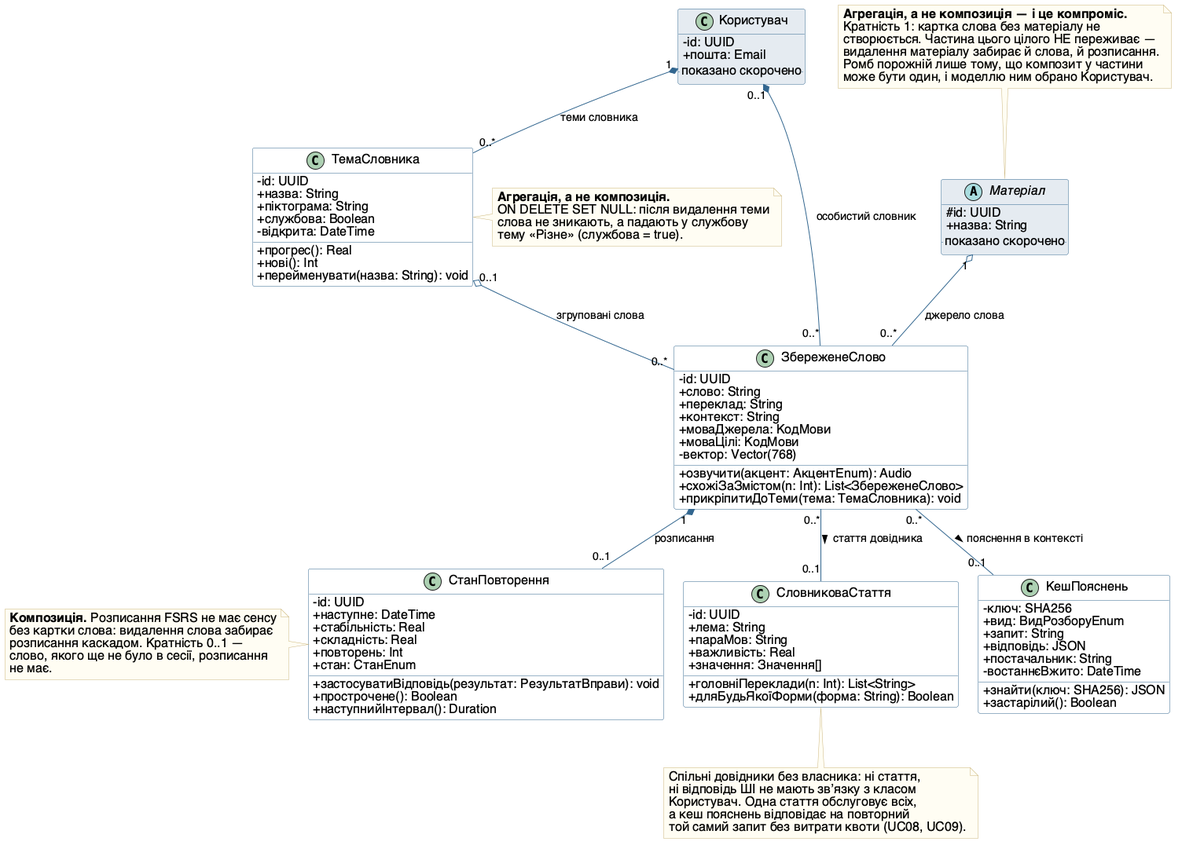
Above: lab02_classes/classes_view2.png in vt232kod-debug/software-modeling (PlantUML), before the change.
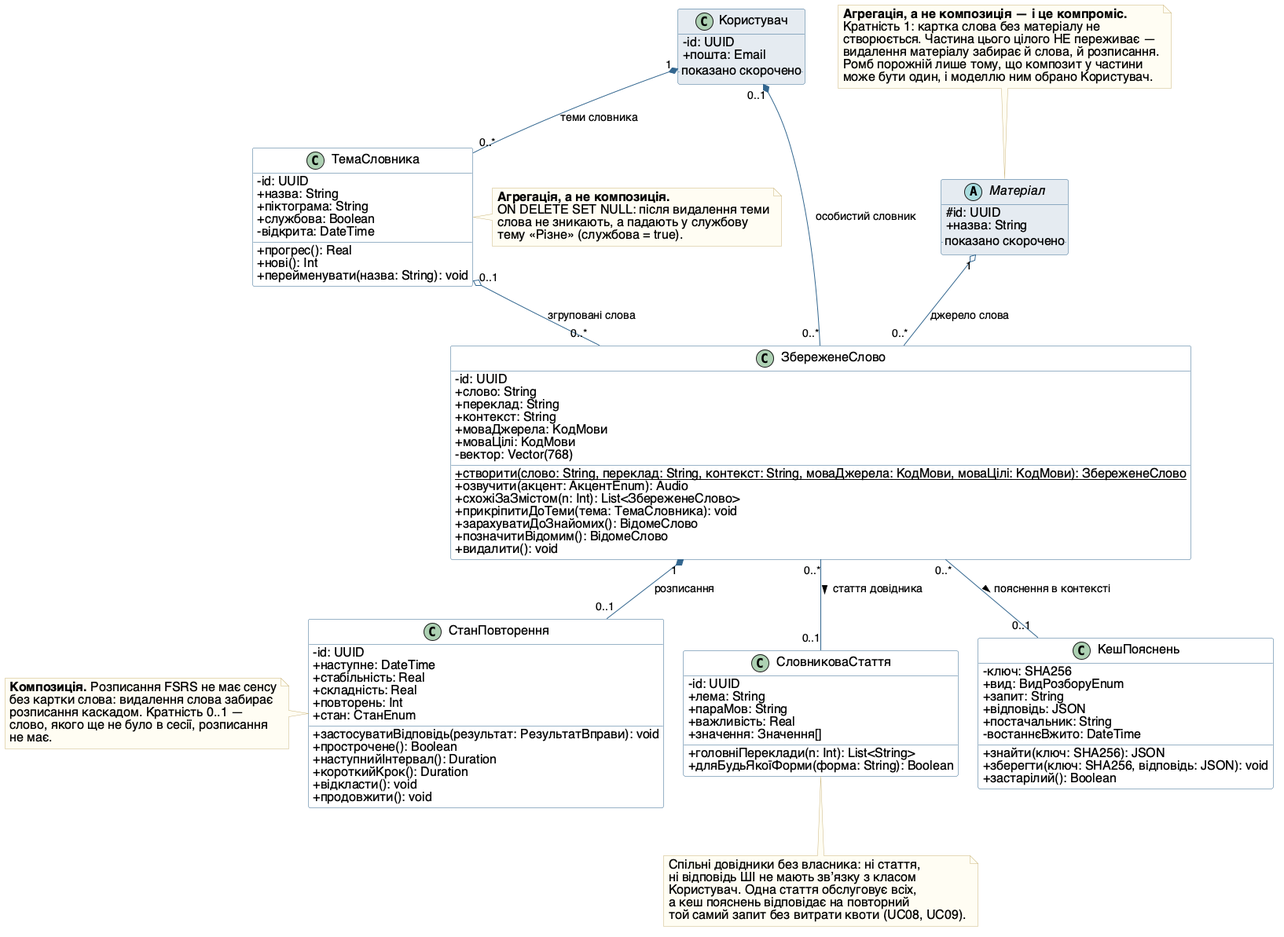
The same diagram one commit later.

Diff of the diagram source:
```diff
@@ -37,9 +37,13 @@
   + моваДжерела: КодМови
   + моваЦілі: КодМови
   - {field} вектор: Vector(768)
+  + {static} створити(слово: String, переклад: String, контекст: String, моваДжерела: КодМови, моваЦілі: КодМови): ЗбереженеСлово
   + озвучити(акцент: АкцентEnum): Audio
   + схожіЗаЗмістом(n: Int): List<ЗбереженеСлово>
   + прикріпитиДоТеми(тема: ТемаСловника): void
+  + зарахуватиДоЗнайомих(): ВідомеСлово
+  + позначитиВідомим(): ВідомеСлово
+  + видалити(): void
 }
 
 class ТемаСловника {
@@ -63,6 +67,9 @@
   + застосуватиВідповідь(результат: РезультатВправи): void
   + прострочене(): Boolean
   + наступнийІнтервал(): Duration
+  + короткийКрок(): Duration
+  + відкласти(): void
+  + продовжити(): void
 }
 
 class СловниковаСтаття {
@@ -83,6 +90,7 @@
   + постачальник: String
   - востаннєВжито: DateTime
   + знайти(ключ: SHA256): JSON
+  + зберегти(ключ: SHA256, відповідь: JSON): void
   + застарілий(): Boolean
 }
 
```
